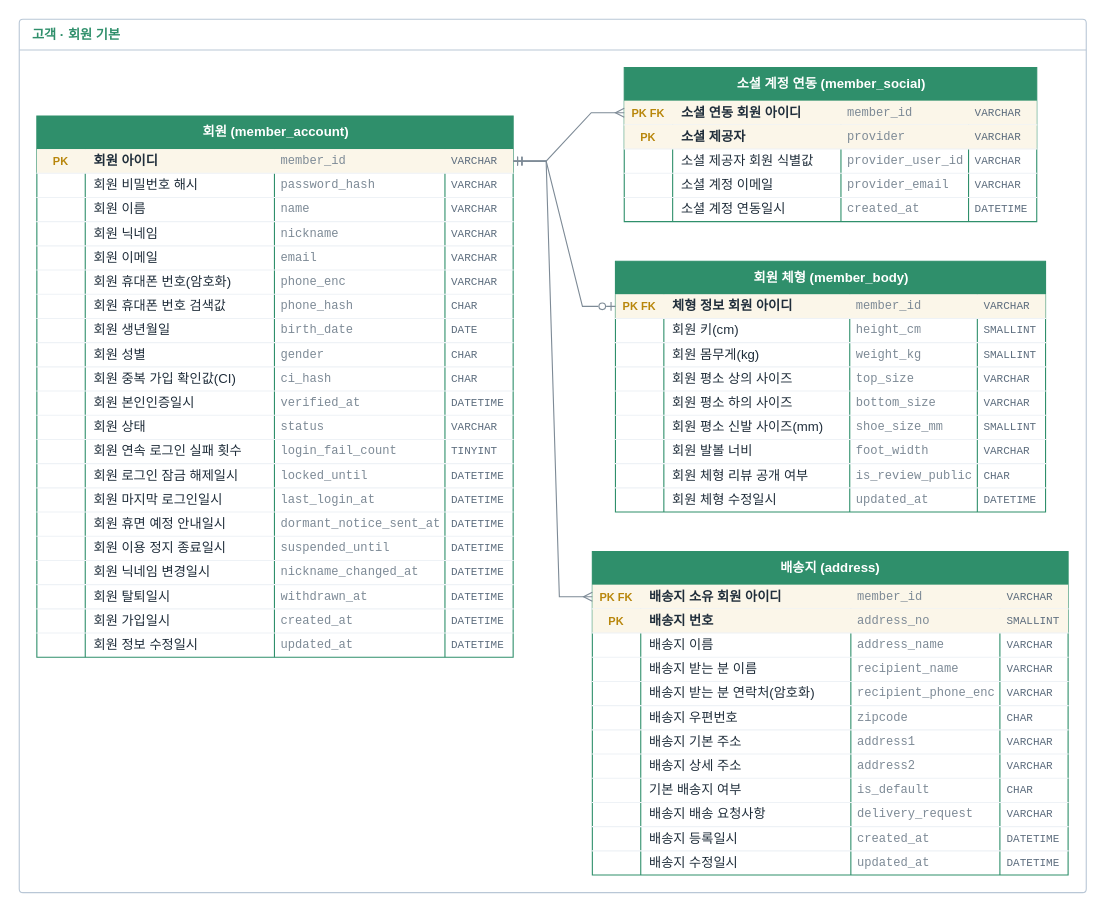
jjonong/fashion-shoppingmall keeps this draw.io diagram as page "전체" (1 of 2) of docs/erd.drawio. Above is the earlier version. Source tidied: cells renumbered, new cells numbered last; positions are measured from the earlier drawing's top-left corner, leaving out a move shared by most shapes. Both pictures are drawn from the tidied source at 110%, with x=0, y=0 at pixel (19, 19).
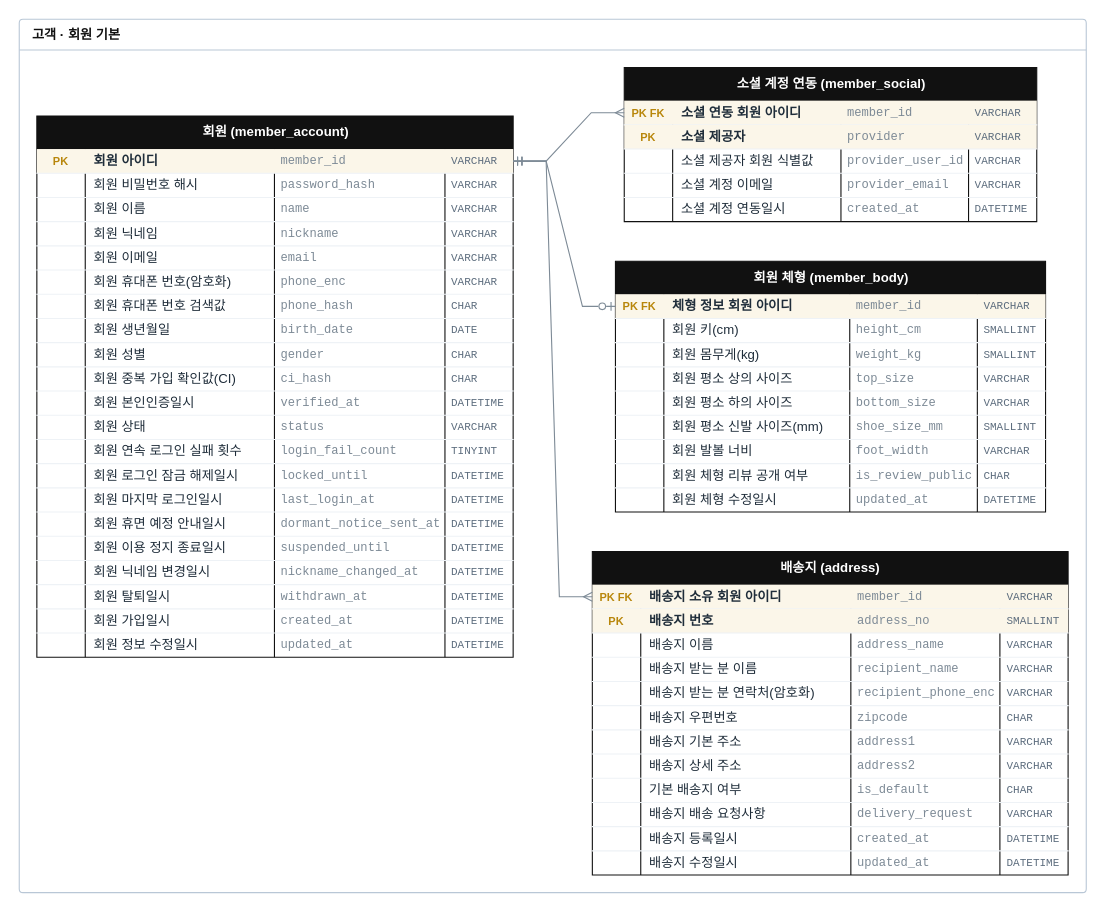
The same page after the edit.

Change to the diagram source:
```diff
@@
-    <mxCell id="2" value="고객 · 회원 기본" style="swimlane;startSize=28;rounded=1;arcSize=4;fillColor=none;swimlaneFillColor=none;strokeColor=#b9c7d6;fontColor=#2f8f6b;fontStyle=1;align=left;spacingLeft=10;html=1;" parent="1" vertex="1">
+    <mxCell id="2" value="고객 · 회원 기본" style="swimlane;startSize=28;rounded=1;arcSize=4;fillColor=none;swimlaneFillColor=none;strokeColor=#b9c7d6;fontColor=#111111;fontStyle=1;align=left;spacingLeft=10;html=1;" parent="1" vertex="1">
       <mxGeometry width="970" height="794" as="geometry" />
     </mxCell>
-    <mxCell id="3" value="회원 (member_account)" style="shape=table;startSize=30;childLayout=tableLayout;rowLines=0;fontStyle=1;align=center;html=1;fillColor=#2f8f6b;fontColor=#ffffff;strokeColor=#2f8f6b;swimlaneFillColor=#ffffff;" parent="2" vertex="1">
+    <mxCell id="3" value="회원 (member_account)" style="shape=table;startSize=30;childLayout=tableLayout;rowLines=0;fontStyle=1;align=center;html=1;fillColor=#111111;fontColor=#ffffff;strokeColor=#111111;swimlaneFillColor=#ffffff;" parent="2" vertex="1">
       <mxGeometry x="16" y="88" width="433" height="492" as="geometry" />
     </mxCell>
@@
-    <mxCell id="109" value="소셜 계정 연동 (member_social)" style="shape=table;startSize=30;childLayout=tableLayout;rowLines=0;fontStyle=1;align=center;html=1;fillColor=#2f8f6b;fontColor=#ffffff;strokeColor=#2f8f6b;swimlaneFillColor=#ffffff;" parent="2" vertex="1">
+    <mxCell id="109" value="소셜 계정 연동 (member_social)" style="shape=table;startSize=30;childLayout=tableLayout;rowLines=0;fontStyle=1;align=center;html=1;fillColor=#111111;fontColor=#ffffff;strokeColor=#111111;swimlaneFillColor=#ffffff;" parent="2" vertex="1">
       <mxGeometry x="550" y="44" width="375" height="140" as="geometry" />
     </mxCell>
@@
-    <mxCell id="135" value="회원 체형 (member_body)" style="shape=table;startSize=30;childLayout=tableLayout;rowLines=0;fontStyle=1;align=center;html=1;fillColor=#2f8f6b;fontColor=#ffffff;strokeColor=#2f8f6b;swimlaneFillColor=#ffffff;" parent="2" vertex="1">
+    <mxCell id="135" value="회원 체형 (member_body)" style="shape=table;startSize=30;childLayout=tableLayout;rowLines=0;fontStyle=1;align=center;html=1;fillColor=#111111;fontColor=#ffffff;strokeColor=#111111;swimlaneFillColor=#ffffff;" parent="2" vertex="1">
       <mxGeometry x="542" y="220" width="391" height="228" as="geometry" />
     </mxCell>
@@
-    <mxCell id="181" value="배송지 (address)" style="shape=table;startSize=30;childLayout=tableLayout;rowLines=0;fontStyle=1;align=center;html=1;fillColor=#2f8f6b;fontColor=#ffffff;strokeColor=#2f8f6b;swimlaneFillColor=#ffffff;" parent="2" vertex="1">
+    <mxCell id="181" value="배송지 (address)" style="shape=table;startSize=30;childLayout=tableLayout;rowLines=0;fontStyle=1;align=center;html=1;fillColor=#111111;fontColor=#ffffff;strokeColor=#111111;swimlaneFillColor=#ffffff;" parent="2" vertex="1">
       <mxGeometry x="521" y="484" width="432.5" height="294" as="geometry" />
     </mxCell>
```
